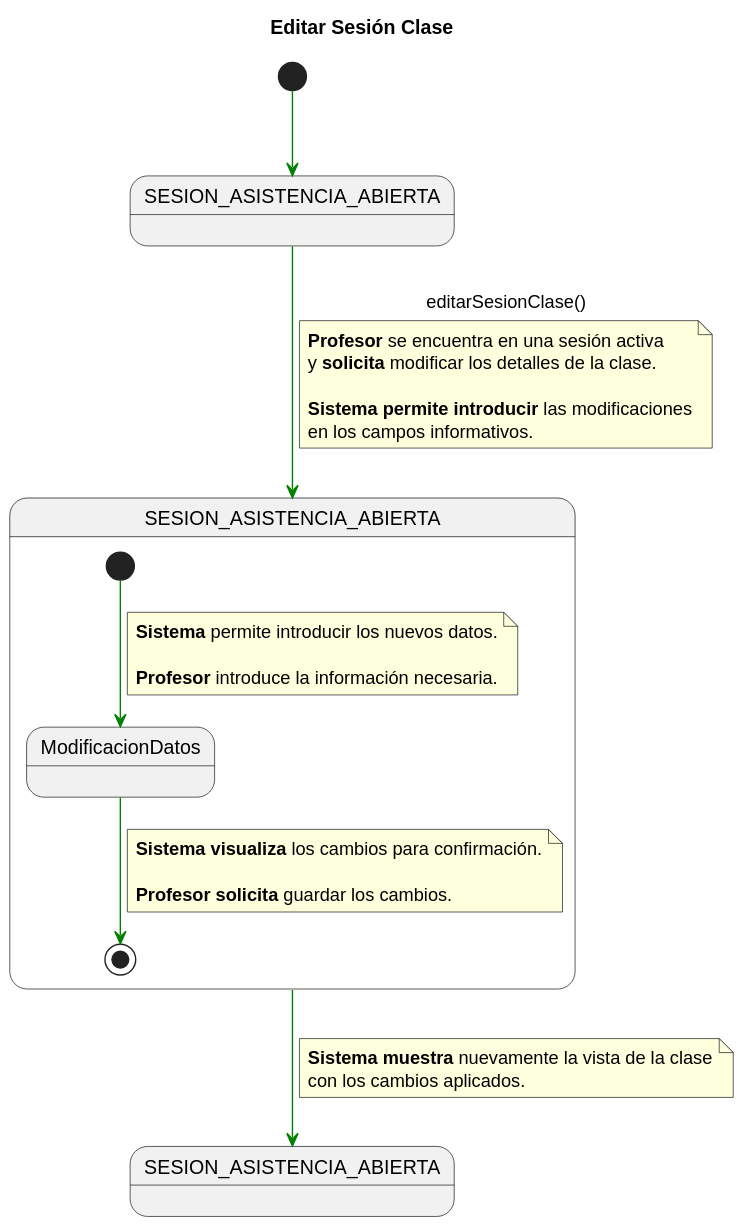
Before: documents/requisitado/02-detalle/Profesor/editarSesionClase.svg, a diagram exported from PlantUML (jerdier/25-26-idsw2-sdVC). The source it was exported from:
```plantuml
@startuml
title Editar Sesión Clase
skinparam linetype polyline

state SESION_ACTUAL_INICIAL as "SESION_ASISTENCIA_ABIERTA"
state PROCESO_EDICION_COMP  as "SESION_ASISTENCIA_ABIERTA"
state SESION_ACTUAL_FINAL   as "SESION_ASISTENCIA_ABIERTA"

[*] -[#green]-> SESION_ACTUAL_INICIAL

SESION_ACTUAL_INICIAL -[#green]-> PROCESO_EDICION_COMP : editarSesionClase()
note on link
<b>Profesor</b> se encuentra en una sesión activa
y <b>solicita</b> modificar los detalles de la clase.

<b>Sistema permite introducir</b> las modificaciones
en los campos informativos.
end note

state PROCESO_EDICION_COMP {

    state ModificacionDatos

    [*] -[#green]-> ModificacionDatos
    note on link
    <b>Sistema</b> permite introducir los nuevos datos.

    <b>Profesor</b> introduce la información necesaria.
    end note

    ModificacionDatos -[#green]-> [*]
    note on link
    <b>Sistema visualiza</b> los cambios para confirmación.

    <b>Profesor solicita</b> guardar los cambios.
    end note

}

PROCESO_EDICION_COMP -[#green]-> SESION_ACTUAL_FINAL
note on link
<b>Sistema muestra</b> nuevamente la vista de la clase
con los cambios aplicados.
end note
@enduml
```
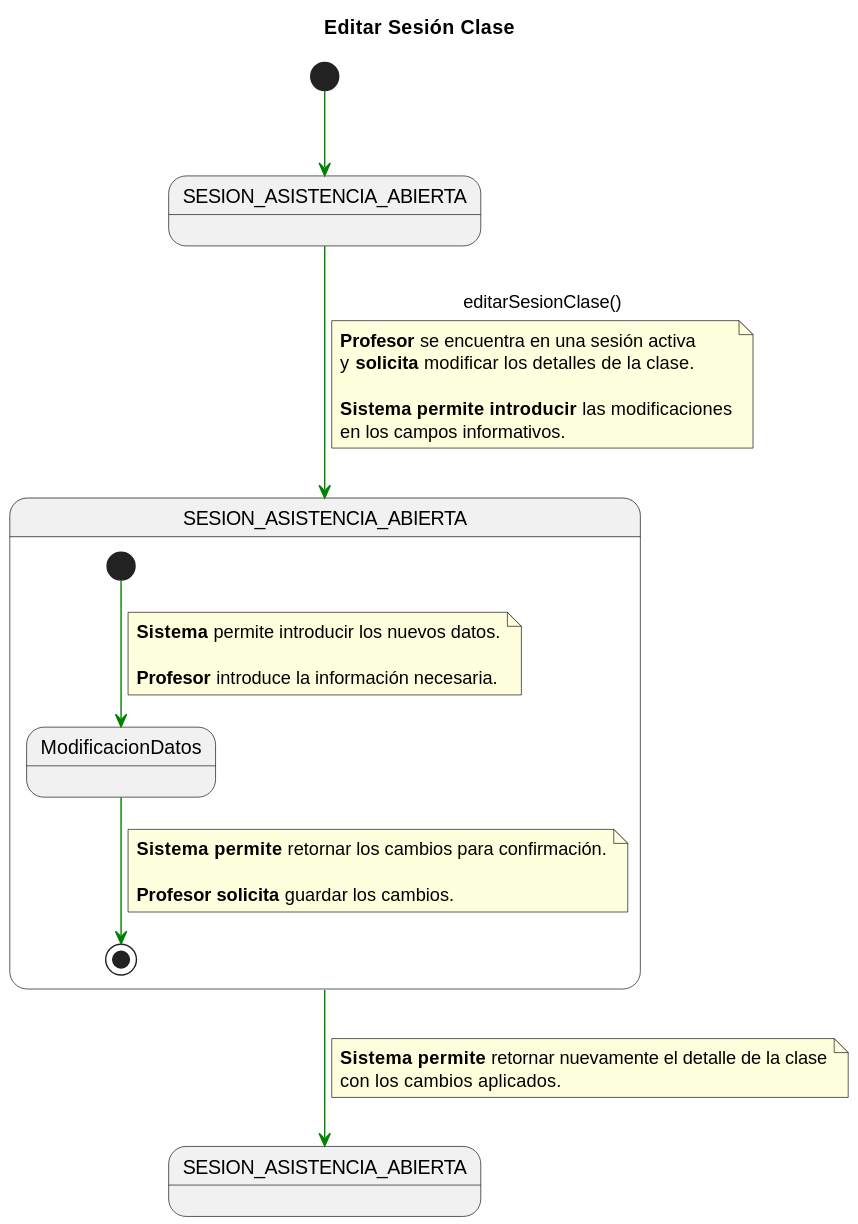
The same diagram one commit later.

The edit, as a diff of the source:
```diff
@@ -30,7 +30,7 @@
 
     ModificacionDatos -[#green]-> [*]
     note on link
-    <b>Sistema visualiza</b> los cambios para confirmación.
+    <b>Sistema permite</b> retornar los cambios para confirmación.
 
     <b>Profesor solicita</b> guardar los cambios.
     end note
@@ -39,7 +39,7 @@
 
 PROCESO_EDICION_COMP -[#green]-> SESION_ACTUAL_FINAL
 note on link
-<b>Sistema muestra</b> nuevamente la vista de la clase
+<b>Sistema permite</b> retornar nuevamente el detalle de la clase
 con los cambios aplicados.
 end note
 @enduml
```
